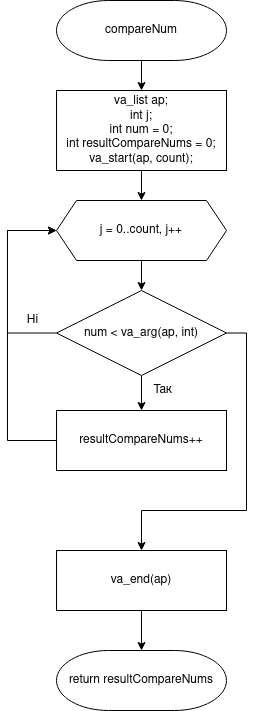
This is lab08_09_10/doc/assets/lab06_task3_compareNum.png from belchinskaya/Programming-Belchinska, a draw.io export, as it was before one commit. Source tidied: cells renumbered, new cells last; positions are measured from the earlier drawing's top-left corner, leaving out a move shared by most shapes.
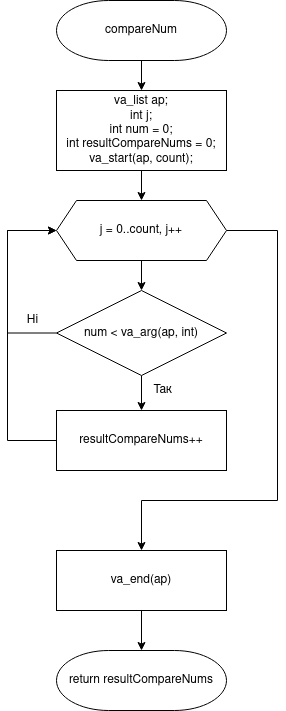
After the change.

What changed in the source:
```diff
@@ -17,6 +17,15 @@
     <mxCell id="6" style="edgeStyle=orthogonalEdgeStyle;rounded=0;jettySize=auto;html=1;exitX=0.5;exitY=1;exitDx=0;exitDy=0;" parent="1" edge="1" source="7" target="11">
       <mxGeometry relative="1" as="geometry" />
     </mxCell>
+    <mxCell id="19" style="edgeStyle=orthogonalEdgeStyle;rounded=0;jettySize=auto;html=1;exitX=1;exitY=0.5;exitDx=0;exitDy=0;" parent="1" edge="1" source="7" target="15">
+      <mxGeometry relative="1" as="geometry">
+        <Array as="points">
+          <mxPoint x="270" y="230" />
+          <mxPoint x="270" y="500" />
+          <mxPoint x="134" y="500" />
+        </Array>
+      </mxGeometry>
+    </mxCell>
     <mxCell id="7" value="&lt;span class=&quot;pl-c1&quot;&gt;j = 0..count, j++&lt;/span&gt;" style="shape=hexagon;perimeter=hexagonPerimeter2;whiteSpace=wrap;html=1;fixedSize=1;strokeWidth=1;" parent="1" vertex="1">
       <mxGeometry x="49" y="200" width="170" height="60" as="geometry" />
     </mxCell>
@@ -31,15 +40,6 @@
     <mxCell id="9" style="edgeStyle=orthogonalEdgeStyle;rounded=0;jettySize=auto;html=1;exitX=0.5;exitY=1;exitDx=0;exitDy=0;" parent="1" edge="1" source="11" target="13">
       <mxGeometry relative="1" as="geometry" />
     </mxCell>
-    <mxCell id="10" style="edgeStyle=orthogonalEdgeStyle;rounded=0;jettySize=auto;html=1;exitX=1;exitY=0.5;exitDx=0;exitDy=0;" parent="1" edge="1" source="11" target="15">
-      <mxGeometry relative="1" as="geometry">
-        <Array as="points">
-          <mxPoint x="239" y="333" />
-          <mxPoint x="239" y="510" />
-          <mxPoint x="134" y="510" />
-        </Array>
-      </mxGeometry>
-    </mxCell>
     <mxCell id="11" value="num &amp;lt; &lt;span class=&quot;pl-c1&quot;&gt;va_arg&lt;/span&gt;(ap, &lt;span class=&quot;pl-k&quot;&gt;int&lt;/span&gt;)" style="rhombus;whiteSpace=wrap;html=1;strokeWidth=1;" parent="1" vertex="1">
       <mxGeometry x="49" y="290" width="170" height="85" as="geometry" />
     </mxCell>
```
